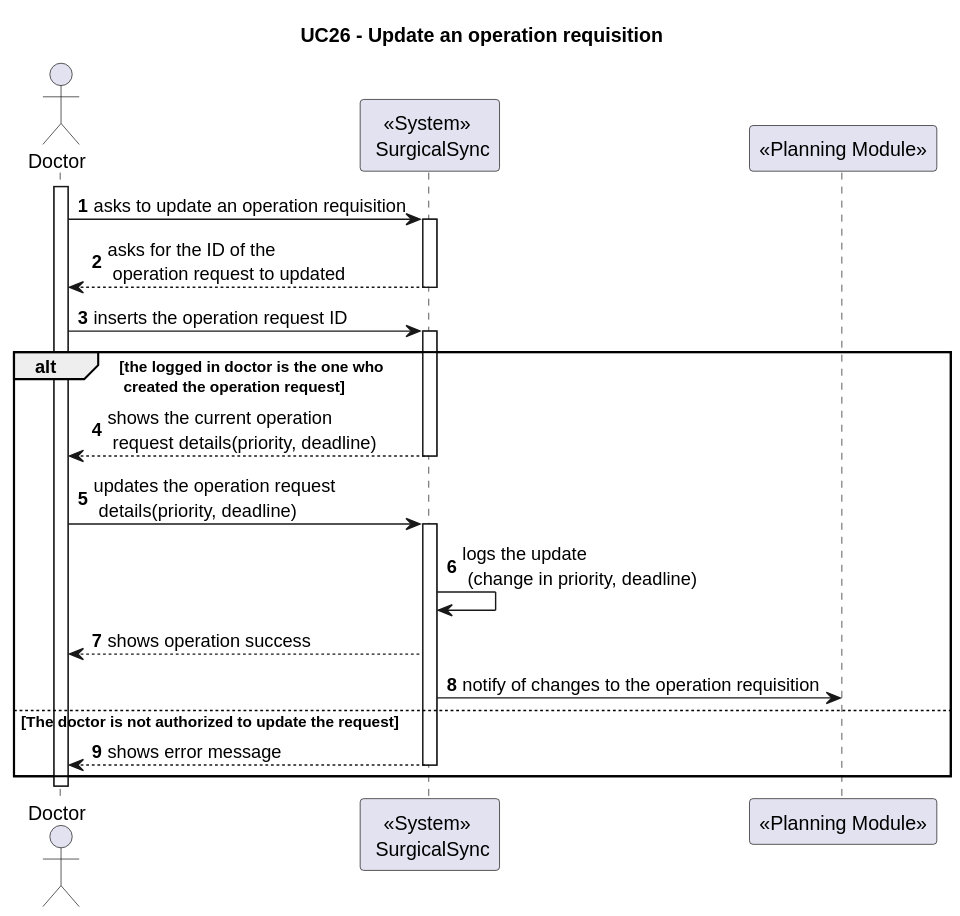
Before: Wiki/SprintA/diagrams/use-cases/26-update-an-operation-requisition/level1/process-view.svg, a diagram exported from PlantUML (MiguelCardoso77/SurgicalSync-BackEnd). Source of this version:
```plantuml
@startuml
autonumber

Title "UC26 - Update an operation requisition"

actor "Doctor" as D
participant "<<System>> \n SurgicalSync" as SYSTEM
participant "<<Planning Module>>" as PLANNING

activate D

D -> SYSTEM: asks to update an operation requisition

activate SYSTEM

SYSTEM --> D: asks for the ID of the \n operation request to updated

deactivate SYSTEM

D -> SYSTEM: inserts the operation request ID

alt the logged in doctor is the one who \n created the operation request

activate SYSTEM

SYSTEM --> D: shows the current operation \n request details(priority, deadline)

deactivate SYSTEM

D -> SYSTEM : updates the operation request \n details(priority, deadline)

activate SYSTEM

SYSTEM -> SYSTEM: logs the update \n (change in priority, deadline)

SYSTEM --> D: shows operation success

SYSTEM -> PLANNING : notify of changes to the operation requisition

else The doctor is not authorized to update the request

SYSTEM --> D: shows error message

deactivate SYSTEM

end

deactivate D
@enduml
```
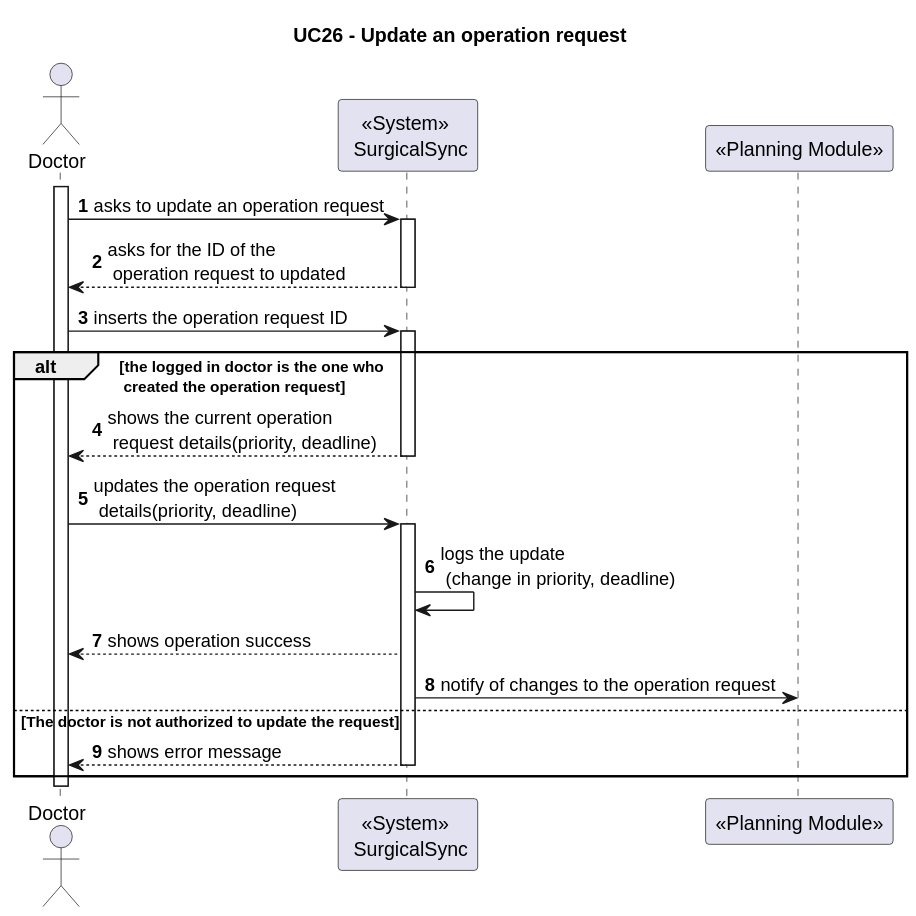
After the change.

The edit, as a diff of the source:
```diff
@@ -1,7 +1,7 @@
 @startuml
 autonumber
 
-Title "UC26 - Update an operation requisition"
+Title "UC26 - Update an operation request"
 
 actor "Doctor" as D
 participant "<<System>> \n SurgicalSync" as SYSTEM
@@ -9,7 +9,7 @@
 
 activate D
 
-D -> SYSTEM: asks to update an operation requisition
+D -> SYSTEM: asks to update an operation request
 
 activate SYSTEM
 
@@ -35,7 +35,7 @@
 
 SYSTEM --> D: shows operation success
 
-SYSTEM -> PLANNING : notify of changes to the operation requisition
+SYSTEM -> PLANNING : notify of changes to the operation request
 
 else The doctor is not authorized to update the request
 
```
